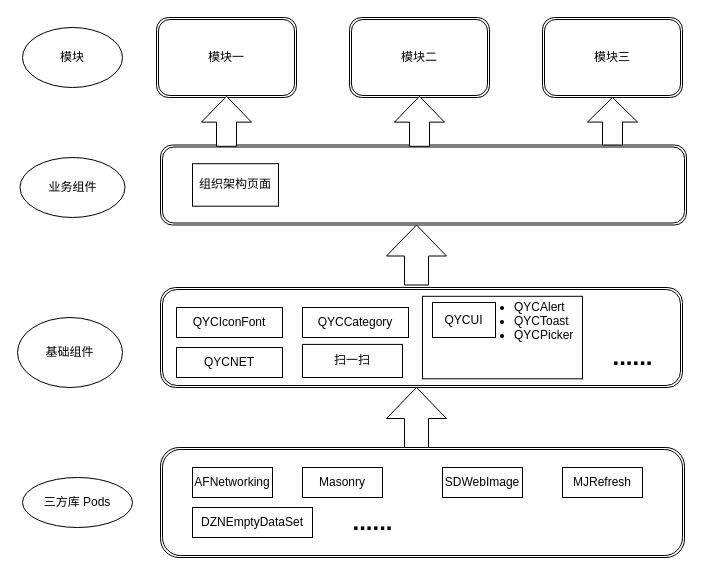
The draw.io diagram Untitled Diagram.drawio in EVAyo/XiOS, before the edit. Source tidied: cells renumbered, new cells numbered last; positions are measured from the earlier drawing's top-left corner, leaving out a move shared by most shapes. Both pictures are drawn from the tidied source at 100%, with x=0, y=0 at pixel (17, 17).
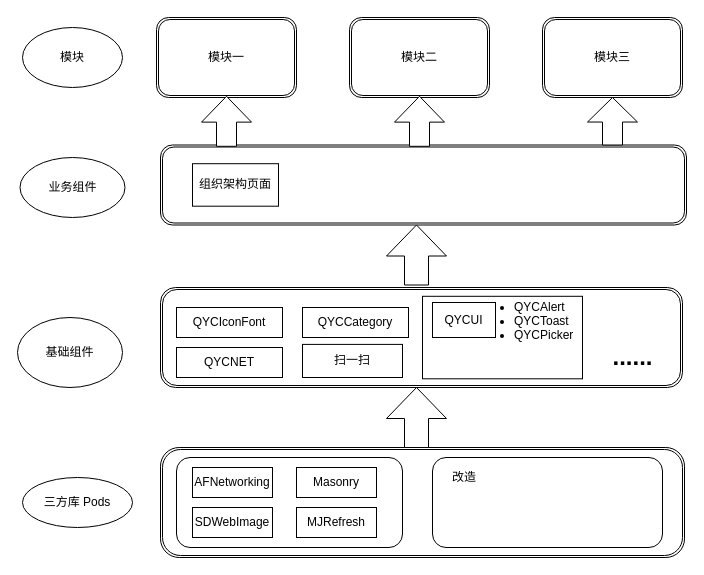
Above is the later version.

The edit, as a diff of the source:
```diff
@@
+    <mxCell id="32" style="rounded=1;whiteSpace=wrap;html=1;" parent="1" vertex="1">
+      <mxGeometry x="159" y="440" width="226" height="90" as="geometry" />
+    </mxCell>
@@
     <mxCell id="7" value="Masonry" style="rounded=0;whiteSpace=wrap;html=1;" parent="1" vertex="1">
-      <mxGeometry x="285" y="450" width="80" height="30" as="geometry" />
+      <mxGeometry x="279" y="450" width="80" height="30" as="geometry" />
     </mxCell>
     <mxCell id="8" value="SDWebImage" style="rounded=0;whiteSpace=wrap;html=1;" parent="1" vertex="1">
-      <mxGeometry x="425" y="450" width="80" height="30" as="geometry" />
+      <mxGeometry x="175" y="490" width="80" height="30" as="geometry" />
     </mxCell>
     <mxCell id="9" value="MJRefresh" style="rounded=0;whiteSpace=wrap;html=1;" parent="1" vertex="1">
-      <mxGeometry x="545" y="450" width="80" height="30" as="geometry" />
+      <mxGeometry x="279" y="490" width="80" height="30" as="geometry" />
     </mxCell>
@@
-    <mxCell id="12" value="DZNEmptyDataSet" style="rounded=0;whiteSpace=wrap;html=1;" parent="1" vertex="1">
-      <mxGeometry x="175" y="490" width="120" height="30" as="geometry" />
-    </mxCell>
@@
-    <mxCell id="25" value="......" style="text;strokeColor=none;fillColor=none;html=1;fontSize=24;fontStyle=1;verticalAlign=middle;align=center;" parent="1" vertex="1">
-      <mxGeometry x="305" y="485" width="100" height="40" as="geometry" />
-    </mxCell>
@@
+    <mxCell id="33" style="rounded=1;whiteSpace=wrap;html=1;" parent="1" vertex="1">
+      <mxGeometry x="415" y="440" width="230" height="90" as="geometry" />
+    </mxCell>
+    <mxCell id="34" value="改造" style="text;html=1;strokeColor=none;fillColor=none;align=center;verticalAlign=middle;whiteSpace=wrap;rounded=0;" parent="1" vertex="1">
+      <mxGeometry x="426.5" y="450" width="40" height="20" as="geometry" />
+    </mxCell>
```
